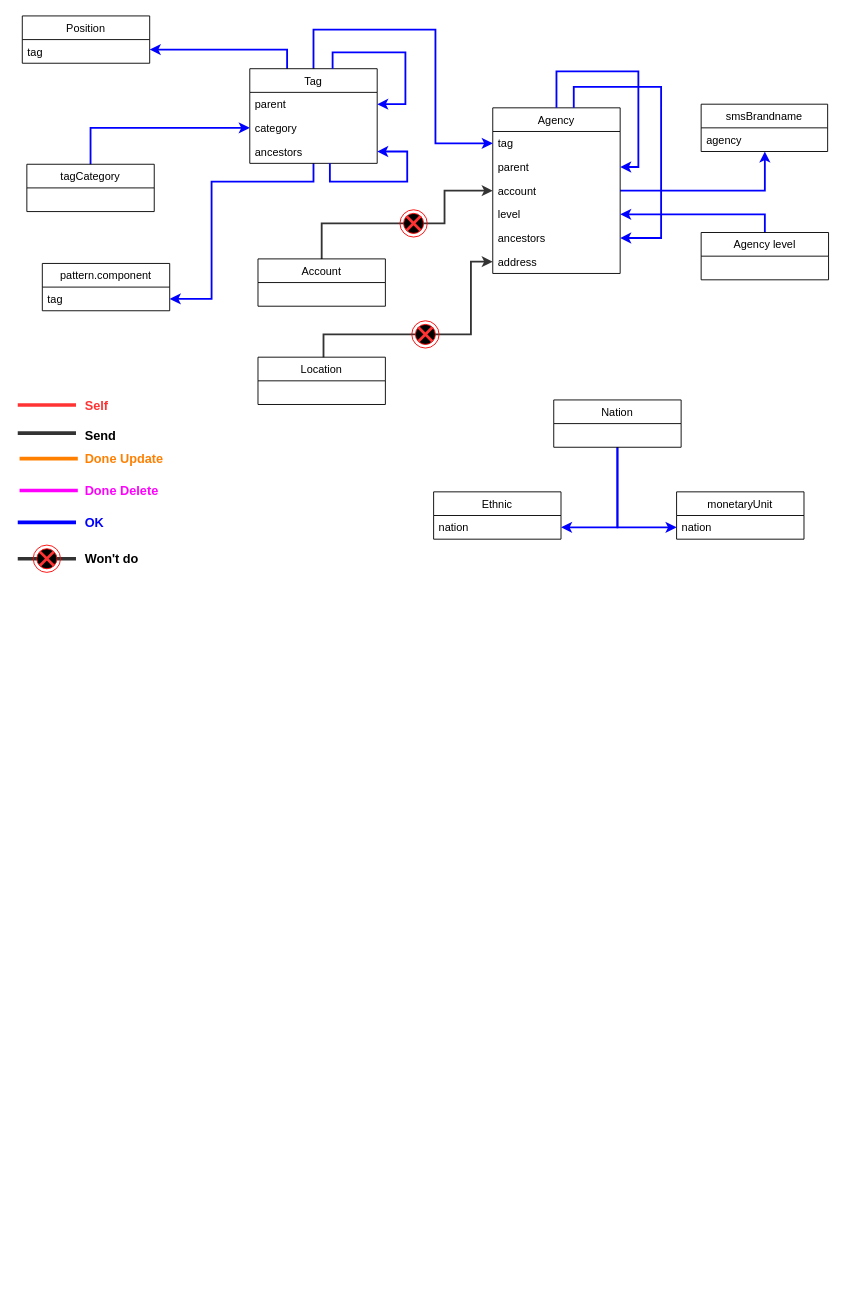
Earlier version of the draw.io diagram directory.drawio (mitgaming/drawio). Source tidied: cells renumbered, new cells numbered last; positions are measured from the earlier drawing's top-left corner, leaving out a move shared by most shapes. Both pictures are drawn from the tidied source at 91%, with x=0, y=0 at pixel (17, 15).
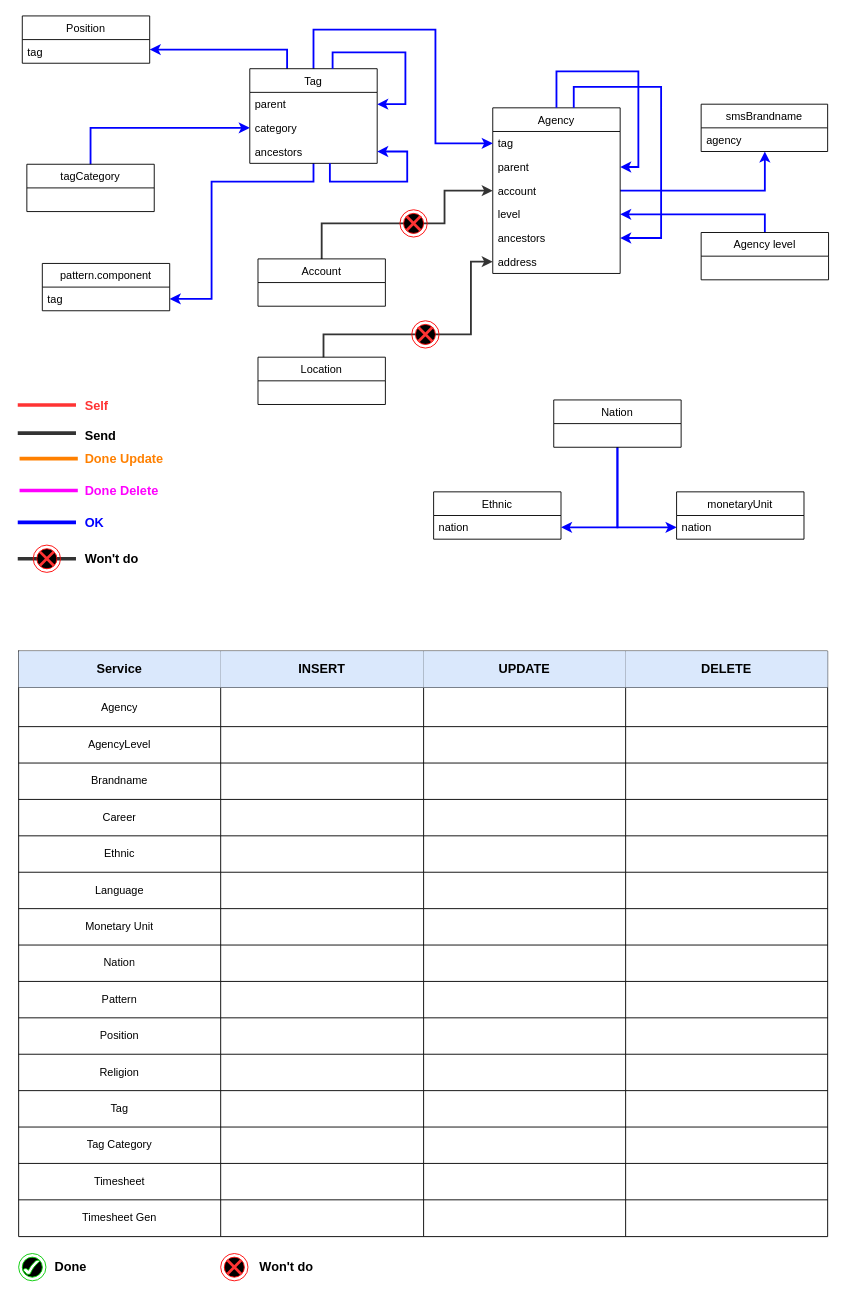
The same page after the edit.

Commit message (it also covers changes not shown here):
Cập nhật directory.drawio

Diff of the diagram source:
```diff
@@
+    <mxCell id="66" style="shape=table;html=1;whiteSpace=wrap;startSize=0;childLayout=tableLayout;" parent="1" vertex="1">
+      <mxGeometry x="1" y="698" width="889" height="643.4" as="geometry" />
+    </mxCell>
+    <mxCell id="67" style="shape=partialRectangle;html=1;whiteSpace=wrap;fillColor=none;top=0;left=0;bottom=0;right=0;" parent="66" vertex="1">
+      <mxGeometry width="889" height="40" as="geometry" />
+    </mxCell>
+    <mxCell id="68" value="Service" style="shape=partialRectangle;html=1;whiteSpace=wrap;overflow=hidden;fillColor=#dae8fc;top=0;left=0;bottom=0;right=0;strokeColor=#6c8ebf;fontStyle=1;fontSize=14;" parent="67" vertex="1">
+      <mxGeometry width="222" height="40" as="geometry" />
+    </mxCell>
+    <mxCell id="69" value="INSERT" style="shape=partialRectangle;html=1;whiteSpace=wrap;overflow=hidden;fillColor=#dae8fc;top=0;left=0;bottom=0;right=0;strokeColor=#6c8ebf;fontSize=14;fontStyle=1;" parent="67" vertex="1">
+      <mxGeometry x="222" width="223" height="40" as="geometry" />
+    </mxCell>
+    <mxCell id="70" value="UPDATE" style="shape=partialRectangle;html=1;whiteSpace=wrap;overflow=hidden;fillColor=#dae8fc;top=0;left=0;bottom=0;right=0;strokeColor=#6c8ebf;fontStyle=1;fontSize=14;" parent="67" vertex="1">
+      <mxGeometry x="445" width="222" height="40" as="geometry" />
+    </mxCell>
+    <mxCell id="71" value="DELETE" style="shape=partialRectangle;html=1;whiteSpace=wrap;overflow=hidden;fillColor=#dae8fc;top=0;left=0;bottom=0;right=0;strokeColor=#6c8ebf;fontSize=14;fontStyle=1;" parent="67" vertex="1">
+      <mxGeometry x="667" width="222" height="40" as="geometry" />
+    </mxCell>
+    <mxCell id="72" style="shape=partialRectangle;html=1;whiteSpace=wrap;fillColor=none;top=0;left=0;bottom=0;right=0;" parent="66" vertex="1">
+      <mxGeometry y="40" width="889" height="43" as="geometry" />
+    </mxCell>
+    <mxCell id="73" value="Agency" style="shape=partialRectangle;html=1;whiteSpace=wrap;overflow=hidden;fillColor=none;top=0;left=0;bottom=0;right=0;" parent="72" vertex="1">
+      <mxGeometry width="222" height="43" as="geometry" />
+    </mxCell>
+    <mxCell id="74" style="shape=partialRectangle;html=1;whiteSpace=wrap;overflow=hidden;fillColor=none;top=0;left=0;bottom=0;right=0;" parent="72" vertex="1">
+      <mxGeometry x="222" width="223" height="43" as="geometry" />
+    </mxCell>
+    <mxCell id="75" style="shape=partialRectangle;html=1;whiteSpace=wrap;overflow=hidden;fillColor=none;top=0;left=0;bottom=0;right=0;" parent="72" vertex="1">
+      <mxGeometry x="445" width="222" height="43" as="geometry" />
+    </mxCell>
+    <mxCell id="76" style="shape=partialRectangle;html=1;whiteSpace=wrap;overflow=hidden;fillColor=none;top=0;left=0;bottom=0;right=0;" parent="72" vertex="1">
+      <mxGeometry x="667" width="222" height="43" as="geometry" />
+    </mxCell>
+    <mxCell id="77" style="shape=partialRectangle;html=1;whiteSpace=wrap;fillColor=none;top=0;left=0;bottom=0;right=0;" parent="66" vertex="1">
+      <mxGeometry y="83" width="889" height="40" as="geometry" />
+    </mxCell>
+    <mxCell id="78" value="AgencyLevel" style="shape=partialRectangle;html=1;whiteSpace=wrap;overflow=hidden;fillColor=none;top=0;left=0;bottom=0;right=0;" parent="77" vertex="1">
+      <mxGeometry width="222" height="40" as="geometry" />
+    </mxCell>
+    <mxCell id="79" style="shape=partialRectangle;html=1;whiteSpace=wrap;overflow=hidden;fillColor=none;top=0;left=0;bottom=0;right=0;" parent="77" vertex="1">
+      <mxGeometry x="222" width="223" height="40" as="geometry" />
+    </mxCell>
+    <mxCell id="80" style="shape=partialRectangle;html=1;whiteSpace=wrap;overflow=hidden;fillColor=none;top=0;left=0;bottom=0;right=0;" parent="77" vertex="1">
+      <mxGeometry x="445" width="222" height="40" as="geometry" />
+    </mxCell>
+    <mxCell id="81" style="shape=partialRectangle;html=1;whiteSpace=wrap;overflow=hidden;fillColor=none;top=0;left=0;bottom=0;right=0;" parent="77" vertex="1">
+      <mxGeometry x="667" width="222" height="40" as="geometry" />
+    </mxCell>
+    <mxCell id="82" style="shape=partialRectangle;html=1;whiteSpace=wrap;fillColor=none;top=0;left=0;bottom=0;right=0;" parent="66" vertex="1">
+      <mxGeometry y="123" width="889" height="40" as="geometry" />
+    </mxCell>
+    <mxCell id="83" value="Brandname" style="shape=partialRectangle;html=1;whiteSpace=wrap;overflow=hidden;fillColor=none;top=0;left=0;bottom=0;right=0;" parent="82" vertex="1">
+      <mxGeometry width="222" height="40" as="geometry" />
+    </mxCell>
+    <mxCell id="84" style="shape=partialRectangle;html=1;whiteSpace=wrap;overflow=hidden;fillColor=none;top=0;left=0;bottom=0;right=0;" parent="82" vertex="1">
+      <mxGeometry x="222" width="223" height="40" as="geometry" />
+    </mxCell>
+    <mxCell id="85" style="shape=partialRectangle;html=1;whiteSpace=wrap;overflow=hidden;fillColor=none;top=0;left=0;bottom=0;right=0;" parent="82" vertex="1">
+      <mxGeometry x="445" width="222" height="40" as="geometry" />
+    </mxCell>
+    <mxCell id="86" style="shape=partialRectangle;html=1;whiteSpace=wrap;overflow=hidden;fillColor=none;top=0;left=0;bottom=0;right=0;" parent="82" vertex="1">
+      <mxGeometry x="667" width="222" height="40" as="geometry" />
+    </mxCell>
+    <mxCell id="87" style="shape=partialRectangle;html=1;whiteSpace=wrap;fillColor=none;top=0;left=0;bottom=0;right=0;" parent="66" vertex="1">
+      <mxGeometry y="163" width="889" height="40" as="geometry" />
+    </mxCell>
+    <mxCell id="88" value="Career" style="shape=partialRectangle;html=1;whiteSpace=wrap;overflow=hidden;fillColor=none;top=0;left=0;bottom=0;right=0;" parent="87" vertex="1">
+      <mxGeometry width="222" height="40" as="geometry" />
+    </mxCell>
+    <mxCell id="89" style="shape=partialRectangle;html=1;whiteSpace=wrap;overflow=hidden;fillColor=none;top=0;left=0;bottom=0;right=0;" parent="87" vertex="1">
+      <mxGeometry x="222" width="223" height="40" as="geometry" />
+    </mxCell>
+    <mxCell id="90" style="shape=partialRectangle;html=1;whiteSpace=wrap;overflow=hidden;fillColor=none;top=0;left=0;bottom=0;right=0;" parent="87" vertex="1">
+      <mxGeometry x="445" width="222" height="40" as="geometry" />
+    </mxCell>
+    <mxCell id="91" style="shape=partialRectangle;html=1;whiteSpace=wrap;overflow=hidden;fillColor=none;top=0;left=0;bottom=0;right=0;" parent="87" vertex="1">
+      <mxGeometry x="667" width="222" height="40" as="geometry" />
+    </mxCell>
+    <mxCell id="92" style="shape=partialRectangle;html=1;whiteSpace=wrap;fillColor=none;top=0;left=0;bottom=0;right=0;" parent="66" vertex="1">
+      <mxGeometry y="203" width="889" height="40" as="geometry" />
+    </mxCell>
+    <mxCell id="93" value="Ethnic" style="shape=partialRectangle;html=1;whiteSpace=wrap;overflow=hidden;fillColor=none;top=0;left=0;bottom=0;right=0;" parent="92" vertex="1">
+      <mxGeometry width="222" height="40" as="geometry" />
+    </mxCell>
+    <mxCell id="94" style="shape=partialRectangle;html=1;whiteSpace=wrap;overflow=hidden;fillColor=none;top=0;left=0;bottom=0;right=0;" parent="92" vertex="1">
+      <mxGeometry x="222" width="223" height="40" as="geometry" />
+    </mxCell>
+    <mxCell id="95" style="shape=partialRectangle;html=1;whiteSpace=wrap;overflow=hidden;fillColor=none;top=0;left=0;bottom=0;right=0;" parent="92" vertex="1">
+      <mxGeometry x="445" width="222" height="40" as="geometry" />
+    </mxCell>
+    <mxCell id="96" style="shape=partialRectangle;html=1;whiteSpace=wrap;overflow=hidden;fillColor=none;top=0;left=0;bottom=0;right=0;" parent="92" vertex="1">
+      <mxGeometry x="667" width="222" height="40" as="geometry" />
+    </mxCell>
+    <mxCell id="97" style="shape=partialRectangle;html=1;whiteSpace=wrap;fillColor=none;top=0;left=0;bottom=0;right=0;" parent="66" vertex="1">
+      <mxGeometry y="243" width="889" height="40" as="geometry" />
+    </mxCell>
+    <mxCell id="98" value="Language" style="shape=partialRectangle;html=1;whiteSpace=wrap;overflow=hidden;fillColor=none;top=0;left=0;bottom=0;right=0;" parent="97" vertex="1">
+      <mxGeometry width="222" height="40" as="geometry" />
+    </mxCell>
+    <mxCell id="99" style="shape=partialRectangle;html=1;whiteSpace=wrap;overflow=hidden;fillColor=none;top=0;left=0;bottom=0;right=0;" parent="97" vertex="1">
+      <mxGeometry x="222" width="223" height="40" as="geometry" />
+    </mxCell>
+    <mxCell id="100" style="shape=partialRectangle;html=1;whiteSpace=wrap;overflow=hidden;fillColor=none;top=0;left=0;bottom=0;right=0;" parent="97" vertex="1">
+      <mxGeometry x="445" width="222" height="40" as="geometry" />
+    </mxCell>
+    <mxCell id="101" style="shape=partialRectangle;html=1;whiteSpace=wrap;overflow=hidden;fillColor=none;top=0;left=0;bottom=0;right=0;" parent="97" vertex="1">
+      <mxGeometry x="667" width="222" height="40" as="geometry" />
+    </mxCell>
+    <mxCell id="102" style="shape=partialRectangle;html=1;whiteSpace=wrap;fillColor=none;top=0;left=0;bottom=0;right=0;" parent="66" vertex="1">
+      <mxGeometry y="283" width="889" height="40" as="geometry" />
+    </mxCell>
+    <mxCell id="103" value="Monetary Unit" style="shape=partialRectangle;html=1;whiteSpace=wrap;overflow=hidden;fillColor=none;top=0;left=0;bottom=0;right=0;" parent="102" vertex="1">
+      <mxGeometry width="222" height="40" as="geometry" />
+    </mxCell>
+    <mxCell id="104" style="shape=partialRectangle;html=1;whiteSpace=wrap;overflow=hidden;fillColor=none;top=0;left=0;bottom=0;right=0;" parent="102" vertex="1">
+      <mxGeometry x="222" width="223" height="40" as="geometry" />
+    </mxCell>
+    <mxCell id="105" style="shape=partialRectangle;html=1;whiteSpace=wrap;overflow=hidden;fillColor=none;top=0;left=0;bottom=0;right=0;" parent="102" vertex="1">
+      <mxGeometry x="445" width="222" height="40" as="geometry" />
+    </mxCell>
+    <mxCell id="106" style="shape=partialRectangle;html=1;whiteSpace=wrap;overflow=hidden;fillColor=none;top=0;left=0;bottom=0;right=0;" parent="102" vertex="1">
+      <mxGeometry x="667" width="222" height="40" as="geometry" />
+    </mxCell>
+    <mxCell id="107" style="shape=partialRectangle;html=1;whiteSpace=wrap;fillColor=none;top=0;left=0;bottom=0;right=0;" parent="66" vertex="1">
+      <mxGeometry y="323" width="889" height="40" as="geometry" />
+    </mxCell>
+    <mxCell id="108" value="Nation" style="shape=partialRectangle;html=1;whiteSpace=wrap;overflow=hidden;fillColor=none;top=0;left=0;bottom=0;right=0;" parent="107" vertex="1">
+      <mxGeometry width="222" height="40" as="geometry" />
+    </mxCell>
+    <mxCell id="109" style="shape=partialRectangle;html=1;whiteSpace=wrap;overflow=hidden;fillColor=none;top=0;left=0;bottom=0;right=0;" parent="107" vertex="1">
+      <mxGeometry x="222" width="223" height="40" as="geometry" />
+    </mxCell>
+    <mxCell id="110" style="shape=partialRectangle;html=1;whiteSpace=wrap;overflow=hidden;fillColor=none;top=0;left=0;bottom=0;right=0;" parent="107" vertex="1">
+      <mxGeometry x="445" width="222" height="40" as="geometry" />
+    </mxCell>
+    <mxCell id="111" style="shape=partialRectangle;html=1;whiteSpace=wrap;overflow=hidden;fillColor=none;top=0;left=0;bottom=0;right=0;" parent="107" vertex="1">
+      <mxGeometry x="667" width="222" height="40" as="geometry" />
+    </mxCell>
+    <mxCell id="112" style="shape=partialRectangle;html=1;whiteSpace=wrap;fillColor=none;top=0;left=0;bottom=0;right=0;" parent="66" vertex="1">
+      <mxGeometry y="363" width="889" height="40" as="geometry" />
+    </mxCell>
+    <mxCell id="113" value="Pattern" style="shape=partialRectangle;html=1;whiteSpace=wrap;overflow=hidden;fillColor=none;top=0;left=0;bottom=0;right=0;" parent="112" vertex="1">
+      <mxGeometry width="222" height="40" as="geometry" />
+    </mxCell>
+    <mxCell id="114" style="shape=partialRectangle;html=1;whiteSpace=wrap;overflow=hidden;fillColor=none;top=0;left=0;bottom=0;right=0;" parent="112" vertex="1">
+      <mxGeometry x="222" width="223" height="40" as="geometry" />
+    </mxCell>
+    <mxCell id="115" style="shape=partialRectangle;html=1;whiteSpace=wrap;overflow=hidden;fillColor=none;top=0;left=0;bottom=0;right=0;" parent="112" vertex="1">
+      <mxGeometry x="445" width="222" height="40" as="geometry" />
+    </mxCell>
+    <mxCell id="116" style="shape=partialRectangle;html=1;whiteSpace=wrap;overflow=hidden;fillColor=none;top=0;left=0;bottom=0;right=0;" parent="112" vertex="1">
+      <mxGeometry x="667" width="222" height="40" as="geometry" />
+    </mxCell>
+    <mxCell id="117" style="shape=partialRectangle;html=1;whiteSpace=wrap;fillColor=none;top=0;left=0;bottom=0;right=0;" parent="66" vertex="1">
+      <mxGeometry y="403" width="889" height="40" as="geometry" />
+    </mxCell>
+    <mxCell id="118" value="Position" style="shape=partialRectangle;html=1;whiteSpace=wrap;overflow=hidden;fillColor=none;top=0;left=0;bottom=0;right=0;" parent="117" vertex="1">
+      <mxGeometry width="222" height="40" as="geometry" />
+    </mxCell>
+    <mxCell id="119" style="shape=partialRectangle;html=1;whiteSpace=wrap;overflow=hidden;fillColor=none;top=0;left=0;bottom=0;right=0;" parent="117" vertex="1">
+      <mxGeometry x="222" width="223" height="40" as="geometry" />
+    </mxCell>
+    <mxCell id="120" style="shape=partialRectangle;html=1;whiteSpace=wrap;overflow=hidden;fillColor=none;top=0;left=0;bottom=0;right=0;" parent="117" vertex="1">
+      <mxGeometry x="445" width="222" height="40" as="geometry" />
+    </mxCell>
+    <mxCell id="121" style="shape=partialRectangle;html=1;whiteSpace=wrap;overflow=hidden;fillColor=none;top=0;left=0;bottom=0;right=0;" parent="117" vertex="1">
+      <mxGeometry x="667" width="222" height="40" as="geometry" />
+    </mxCell>
+    <mxCell id="122" style="shape=partialRectangle;html=1;whiteSpace=wrap;fillColor=none;top=0;left=0;bottom=0;right=0;" parent="66" vertex="1">
+      <mxGeometry y="443" width="889" height="40" as="geometry" />
+    </mxCell>
+    <mxCell id="123" value="Religion" style="shape=partialRectangle;html=1;whiteSpace=wrap;overflow=hidden;fillColor=none;top=0;left=0;bottom=0;right=0;" parent="122" vertex="1">
+      <mxGeometry width="222" height="40" as="geometry" />
+    </mxCell>
+    <mxCell id="124" style="shape=partialRectangle;html=1;whiteSpace=wrap;overflow=hidden;fillColor=none;top=0;left=0;bottom=0;right=0;" parent="122" vertex="1">
+      <mxGeometry x="222" width="223" height="40" as="geometry" />
+    </mxCell>
+    <mxCell id="125" style="shape=partialRectangle;html=1;whiteSpace=wrap;overflow=hidden;fillColor=none;top=0;left=0;bottom=0;right=0;" parent="122" vertex="1">
+      <mxGeometry x="445" width="222" height="40" as="geometry" />
+    </mxCell>
+    <mxCell id="126" style="shape=partialRectangle;html=1;whiteSpace=wrap;overflow=hidden;fillColor=none;top=0;left=0;bottom=0;right=0;" parent="122" vertex="1">
+      <mxGeometry x="667" width="222" height="40" as="geometry" />
+    </mxCell>
+    <mxCell id="127" style="shape=partialRectangle;html=1;whiteSpace=wrap;fillColor=none;top=0;left=0;bottom=0;right=0;" parent="66" vertex="1">
+      <mxGeometry y="483" width="889" height="40" as="geometry" />
+    </mxCell>
+    <mxCell id="128" value="Tag" style="shape=partialRectangle;html=1;whiteSpace=wrap;overflow=hidden;fillColor=none;top=0;left=0;bottom=0;right=0;" parent="127" vertex="1">
+      <mxGeometry width="222" height="40" as="geometry" />
+    </mxCell>
+    <mxCell id="129" style="shape=partialRectangle;html=1;whiteSpace=wrap;overflow=hidden;fillColor=none;top=0;left=0;bottom=0;right=0;" parent="127" vertex="1">
+      <mxGeometry x="222" width="223" height="40" as="geometry" />
+    </mxCell>
+    <mxCell id="130" style="shape=partialRectangle;html=1;whiteSpace=wrap;overflow=hidden;fillColor=none;top=0;left=0;bottom=0;right=0;" parent="127" vertex="1">
+      <mxGeometry x="445" width="222" height="40" as="geometry" />
+    </mxCell>
+    <mxCell id="131" style="shape=partialRectangle;html=1;whiteSpace=wrap;overflow=hidden;fillColor=none;top=0;left=0;bottom=0;right=0;" parent="127" vertex="1">
+      <mxGeometry x="667" width="222" height="40" as="geometry" />
+    </mxCell>
+    <mxCell id="132" style="shape=partialRectangle;html=1;whiteSpace=wrap;fillColor=none;top=0;left=0;bottom=0;right=0;" parent="66" vertex="1">
+      <mxGeometry y="523" width="889" height="40" as="geometry" />
+    </mxCell>
+    <mxCell id="133" value="Tag Category" style="shape=partialRectangle;html=1;whiteSpace=wrap;overflow=hidden;fillColor=none;top=0;left=0;bottom=0;right=0;" parent="132" vertex="1">
+      <mxGeometry width="222" height="40" as="geometry" />
+    </mxCell>
+    <mxCell id="134" style="shape=partialRectangle;html=1;whiteSpace=wrap;overflow=hidden;fillColor=none;top=0;left=0;bottom=0;right=0;" parent="132" vertex="1">
+      <mxGeometry x="222" width="223" height="40" as="geometry" />
+    </mxCell>
+    <mxCell id="135" style="shape=partialRectangle;html=1;whiteSpace=wrap;overflow=hidden;fillColor=none;top=0;left=0;bottom=0;right=0;" parent="132" vertex="1">
+      <mxGeometry x="445" width="222" height="40" as="geometry" />
+    </mxCell>
+    <mxCell id="136" style="shape=partialRectangle;html=1;whiteSpace=wrap;overflow=hidden;fillColor=none;top=0;left=0;bottom=0;right=0;" parent="132" vertex="1">
+      <mxGeometry x="667" width="222" height="40" as="geometry" />
+    </mxCell>
+    <mxCell id="137" style="shape=partialRectangle;html=1;whiteSpace=wrap;fillColor=none;top=0;left=0;bottom=0;right=0;" parent="66" vertex="1">
+      <mxGeometry y="563" width="889" height="40" as="geometry" />
+    </mxCell>
+    <mxCell id="138" value="Timesheet" style="shape=partialRectangle;html=1;whiteSpace=wrap;overflow=hidden;fillColor=none;top=0;left=0;bottom=0;right=0;" parent="137" vertex="1">
+      <mxGeometry width="222" height="40" as="geometry" />
+    </mxCell>
+    <mxCell id="139" style="shape=partialRectangle;html=1;whiteSpace=wrap;overflow=hidden;fillColor=none;top=0;left=0;bottom=0;right=0;" parent="137" vertex="1">
+      <mxGeometry x="222" width="223" height="40" as="geometry" />
+    </mxCell>
+    <mxCell id="140" style="shape=partialRectangle;html=1;whiteSpace=wrap;overflow=hidden;fillColor=none;top=0;left=0;bottom=0;right=0;" parent="137" vertex="1">
+      <mxGeometry x="445" width="222" height="40" as="geometry" />
+    </mxCell>
+    <mxCell id="141" style="shape=partialRectangle;html=1;whiteSpace=wrap;overflow=hidden;fillColor=none;top=0;left=0;bottom=0;right=0;" parent="137" vertex="1">
+      <mxGeometry x="667" width="222" height="40" as="geometry" />
+    </mxCell>
+    <mxCell id="142" style="shape=partialRectangle;html=1;whiteSpace=wrap;fillColor=none;top=0;left=0;bottom=0;right=0;" parent="66" vertex="1">
+      <mxGeometry y="603" width="889" height="40" as="geometry" />
+    </mxCell>
+    <mxCell id="143" value="Timesheet Gen" style="shape=partialRectangle;html=1;whiteSpace=wrap;overflow=hidden;fillColor=none;top=0;left=0;bottom=0;right=0;" parent="142" vertex="1">
+      <mxGeometry width="222" height="40" as="geometry" />
+    </mxCell>
+    <mxCell id="144" style="shape=partialRectangle;html=1;whiteSpace=wrap;overflow=hidden;fillColor=none;top=0;left=0;bottom=0;right=0;" parent="142" vertex="1">
+      <mxGeometry x="222" width="223" height="40" as="geometry" />
+    </mxCell>
+    <mxCell id="145" style="shape=partialRectangle;html=1;whiteSpace=wrap;overflow=hidden;fillColor=none;top=0;left=0;bottom=0;right=0;" parent="142" vertex="1">
+      <mxGeometry x="445" width="222" height="40" as="geometry" />
+    </mxCell>
+    <mxCell id="146" style="shape=partialRectangle;html=1;whiteSpace=wrap;overflow=hidden;fillColor=none;top=0;left=0;bottom=0;right=0;" parent="142" vertex="1">
+      <mxGeometry x="667" width="222" height="40" as="geometry" />
+    </mxCell>
+    <mxCell id="147" style="group;" parent="1" vertex="1">
+      <mxGeometry x="1" y="1360" width="30" height="30" as="geometry" />
+    </mxCell>
+    <mxCell id="148" style="group;" parent="147" vertex="1">
+      <mxGeometry width="30" height="30" as="geometry" />
+    </mxCell>
+    <mxCell id="149" style="ellipse;html=1;shape=endState;fillColor=#000000;fontColor=#FF00FF;align=left;strokeColor=#00CC00;" parent="148" vertex="1">
+      <mxGeometry width="30" height="30" as="geometry" />
+    </mxCell>
+    <mxCell id="150" style="verticalLabelPosition=bottom;verticalAlign=top;html=1;shape=mxgraph.basic.tick;strokeColor=#00CC00;fillColor=#FFFFFF;fontSize=14;" parent="148" vertex="1">
+      <mxGeometry x="5" y="7.2" width="18.2" height="15.8" as="geometry" />
+    </mxCell>
+    <mxCell id="151" style="group;" parent="1" vertex="1">
+      <mxGeometry x="223" y="1360" width="30" height="30" as="geometry" />
+    </mxCell>
+    <mxCell id="152" style="group;" parent="151" vertex="1">
+      <mxGeometry width="30" height="30" as="geometry" />
+    </mxCell>
+    <mxCell id="153" style="ellipse;html=1;shape=endState;fillColor=#000000;strokeColor=#ff0000;fontColor=#FF00FF;align=left;" parent="152" vertex="1">
+      <mxGeometry width="30" height="30" as="geometry" />
+    </mxCell>
+    <mxCell id="154" style="shape=umlDestroy;whiteSpace=wrap;html=1;strokeWidth=3;fontColor=#FF00FF;align=left;strokeColor=#FF3333;" parent="152" vertex="1">
+      <mxGeometry x="7.2" y="7.2" width="15.5" height="15.5" as="geometry" />
+    </mxCell>
+    <mxCell id="155" value="&lt;span style=&quot;font-size: 14px&quot;&gt;&lt;b&gt;Won't do&lt;/b&gt;&lt;/span&gt;" style="text;html=1;align=left;verticalAlign=middle;" parent="1" vertex="1">
+      <mxGeometry x="264" y="1365.5" width="69" height="19" as="geometry" />
+    </mxCell>
+    <mxCell id="156" value="&lt;span style=&quot;font-size: 14px&quot;&gt;&lt;b&gt;Done&lt;/b&gt;&lt;/span&gt;" style="text;html=1;align=left;verticalAlign=middle;" parent="1" vertex="1">
+      <mxGeometry x="39" y="1365.5" width="45" height="19" as="geometry" />
+    </mxCell>
```
